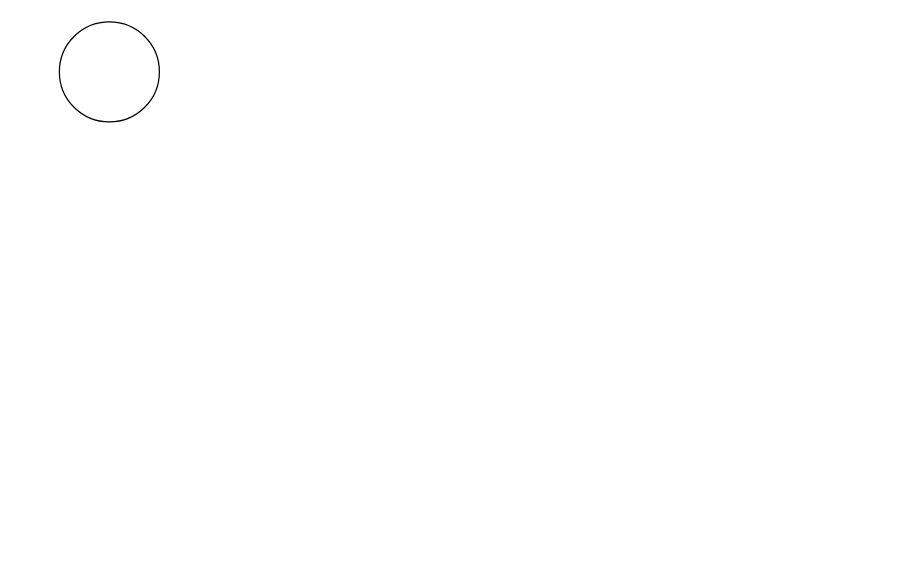
Earlier version of the draw.io diagram Untitled Diagram.drawio (jij000/draw-io). Source tidied: cells renumbered, new cells numbered last; positions are measured from the earlier drawing's top-left corner, leaving out a move shared by most shapes. Both pictures are drawn from the tidied source at 125%, with x=0, y=0 at pixel (59, 21).
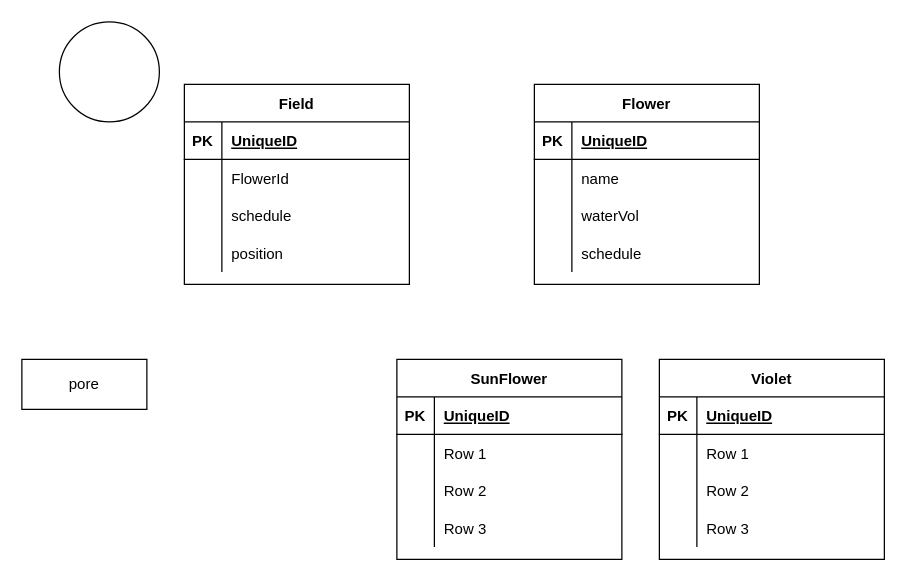
The same page after the edit.

Change to the diagram source:
```diff
@@
+    <mxCell id="3" value="Field" style="shape=table;startSize=30;childLayout=tableLayout;rowLines=0;fontStyle=1;align=center;" parent="1" vertex="1">
+      <mxGeometry x="100" y="50" width="180" height="160" as="geometry" />
+    </mxCell>
+    <mxCell id="4" style="shape=tableRow;horizontal=0;startSize=0;swimlaneHead=0;swimlaneBody=0;fillColor=none;top=0;left=0;right=0;bottom=1;" parent="3" vertex="1">
+      <mxGeometry y="30" width="180" height="30" as="geometry" />
+    </mxCell>
+    <mxCell id="5" value="PK" style="shape=partialRectangle;fillColor=none;top=0;left=0;bottom=0;right=0;fontStyle=1;overflow=hidden;" parent="4" vertex="1">
+      <mxGeometry width="30" height="30" as="geometry" />
+    </mxCell>
+    <mxCell id="6" value="UniqueID" style="shape=partialRectangle;fillColor=none;top=0;left=0;bottom=0;right=0;align=left;spacingLeft=6;fontStyle=5;overflow=hidden;" parent="4" vertex="1">
+      <mxGeometry x="30" width="150" height="30" as="geometry" />
+    </mxCell>
+    <mxCell id="7" style="shape=tableRow;horizontal=0;startSize=0;swimlaneHead=0;swimlaneBody=0;fillColor=none;top=0;left=0;right=0;bottom=0;" parent="3" vertex="1">
+      <mxGeometry y="60" width="180" height="30" as="geometry" />
+    </mxCell>
+    <mxCell id="8" style="shape=partialRectangle;fillColor=none;top=0;left=0;bottom=0;right=0;overflow=hidden;" parent="7" vertex="1">
+      <mxGeometry width="30" height="30" as="geometry" />
+    </mxCell>
+    <mxCell id="9" value="FlowerId" style="shape=partialRectangle;fillColor=none;top=0;left=0;bottom=0;right=0;align=left;spacingLeft=6;overflow=hidden;" parent="7" vertex="1">
+      <mxGeometry x="30" width="150" height="30" as="geometry" />
+    </mxCell>
+    <mxCell id="10" style="shape=tableRow;horizontal=0;startSize=0;swimlaneHead=0;swimlaneBody=0;fillColor=none;top=0;left=0;right=0;bottom=0;" parent="3" vertex="1">
+      <mxGeometry y="90" width="180" height="30" as="geometry" />
+    </mxCell>
+    <mxCell id="11" style="shape=partialRectangle;fillColor=none;top=0;left=0;bottom=0;right=0;overflow=hidden;" parent="10" vertex="1">
+      <mxGeometry width="30" height="30" as="geometry" />
+    </mxCell>
+    <mxCell id="12" value="schedule" style="shape=partialRectangle;fillColor=none;top=0;left=0;bottom=0;right=0;align=left;spacingLeft=6;overflow=hidden;" parent="10" vertex="1">
+      <mxGeometry x="30" width="150" height="30" as="geometry" />
+    </mxCell>
+    <mxCell id="13" style="shape=tableRow;horizontal=0;startSize=0;swimlaneHead=0;swimlaneBody=0;fillColor=none;top=0;left=0;right=0;bottom=0;" parent="3" vertex="1">
+      <mxGeometry y="120" width="180" height="30" as="geometry" />
+    </mxCell>
+    <mxCell id="14" style="shape=partialRectangle;fillColor=none;top=0;left=0;bottom=0;right=0;overflow=hidden;" parent="13" vertex="1">
+      <mxGeometry width="30" height="30" as="geometry" />
+    </mxCell>
+    <mxCell id="15" value="position" style="shape=partialRectangle;fillColor=none;top=0;left=0;bottom=0;right=0;align=left;spacingLeft=6;overflow=hidden;" parent="13" vertex="1">
+      <mxGeometry x="30" width="150" height="30" as="geometry" />
+    </mxCell>
+    <mxCell id="16" value="Flower" style="shape=table;startSize=30;childLayout=tableLayout;rowLines=0;fontStyle=1;align=center;" parent="1" vertex="1">
+      <mxGeometry x="380" y="50" width="180" height="160" as="geometry" />
+    </mxCell>
+    <mxCell id="17" style="shape=tableRow;horizontal=0;startSize=0;swimlaneHead=0;swimlaneBody=0;fillColor=none;top=0;left=0;right=0;bottom=1;" parent="16" vertex="1">
+      <mxGeometry y="30" width="180" height="30" as="geometry" />
+    </mxCell>
+    <mxCell id="18" value="PK" style="shape=partialRectangle;fillColor=none;top=0;left=0;bottom=0;right=0;fontStyle=1;overflow=hidden;" parent="17" vertex="1">
+      <mxGeometry width="30" height="30" as="geometry" />
+    </mxCell>
+    <mxCell id="19" value="UniqueID" style="shape=partialRectangle;fillColor=none;top=0;left=0;bottom=0;right=0;align=left;spacingLeft=6;fontStyle=5;overflow=hidden;" parent="17" vertex="1">
+      <mxGeometry x="30" width="150" height="30" as="geometry" />
+    </mxCell>
+    <mxCell id="20" style="shape=tableRow;horizontal=0;startSize=0;swimlaneHead=0;swimlaneBody=0;fillColor=none;top=0;left=0;right=0;bottom=0;" parent="16" vertex="1">
+      <mxGeometry y="60" width="180" height="30" as="geometry" />
+    </mxCell>
+    <mxCell id="21" style="shape=partialRectangle;fillColor=none;top=0;left=0;bottom=0;right=0;overflow=hidden;" parent="20" vertex="1">
+      <mxGeometry width="30" height="30" as="geometry" />
+    </mxCell>
+    <mxCell id="22" value="name" style="shape=partialRectangle;fillColor=none;top=0;left=0;bottom=0;right=0;align=left;spacingLeft=6;overflow=hidden;" parent="20" vertex="1">
+      <mxGeometry x="30" width="150" height="30" as="geometry" />
+    </mxCell>
+    <mxCell id="23" style="shape=tableRow;horizontal=0;startSize=0;swimlaneHead=0;swimlaneBody=0;fillColor=none;top=0;left=0;right=0;bottom=0;" parent="16" vertex="1">
+      <mxGeometry y="90" width="180" height="30" as="geometry" />
+    </mxCell>
+    <mxCell id="24" style="shape=partialRectangle;fillColor=none;top=0;left=0;bottom=0;right=0;overflow=hidden;" parent="23" vertex="1">
+      <mxGeometry width="30" height="30" as="geometry" />
+    </mxCell>
+    <mxCell id="25" value="waterVol" style="shape=partialRectangle;fillColor=none;top=0;left=0;bottom=0;right=0;align=left;spacingLeft=6;overflow=hidden;" parent="23" vertex="1">
+      <mxGeometry x="30" width="150" height="30" as="geometry" />
+    </mxCell>
+    <mxCell id="26" style="shape=tableRow;horizontal=0;startSize=0;swimlaneHead=0;swimlaneBody=0;fillColor=none;top=0;left=0;right=0;bottom=0;" parent="16" vertex="1">
+      <mxGeometry y="120" width="180" height="30" as="geometry" />
+    </mxCell>
+    <mxCell id="27" style="shape=partialRectangle;fillColor=none;top=0;left=0;bottom=0;right=0;overflow=hidden;" parent="26" vertex="1">
+      <mxGeometry width="30" height="30" as="geometry" />
+    </mxCell>
+    <mxCell id="28" value="schedule" style="shape=partialRectangle;fillColor=none;top=0;left=0;bottom=0;right=0;align=left;spacingLeft=6;overflow=hidden;" parent="26" vertex="1">
+      <mxGeometry x="30" width="150" height="30" as="geometry" />
+    </mxCell>
+    <mxCell id="29" value="SunFlower" style="shape=table;startSize=30;childLayout=tableLayout;rowLines=0;fontStyle=1;align=center;" parent="1" vertex="1">
+      <mxGeometry x="270" y="270" width="180" height="160" as="geometry" />
+    </mxCell>
+    <mxCell id="30" style="shape=tableRow;horizontal=0;startSize=0;swimlaneHead=0;swimlaneBody=0;fillColor=none;top=0;left=0;right=0;bottom=1;" parent="29" vertex="1">
+      <mxGeometry y="30" width="180" height="30" as="geometry" />
+    </mxCell>
+    <mxCell id="31" value="PK" style="shape=partialRectangle;fillColor=none;top=0;left=0;bottom=0;right=0;fontStyle=1;overflow=hidden;" parent="30" vertex="1">
+      <mxGeometry width="30" height="30" as="geometry" />
+    </mxCell>
+    <mxCell id="32" value="UniqueID" style="shape=partialRectangle;fillColor=none;top=0;left=0;bottom=0;right=0;align=left;spacingLeft=6;fontStyle=5;overflow=hidden;" parent="30" vertex="1">
+      <mxGeometry x="30" width="150" height="30" as="geometry" />
+    </mxCell>
+    <mxCell id="33" style="shape=tableRow;horizontal=0;startSize=0;swimlaneHead=0;swimlaneBody=0;fillColor=none;top=0;left=0;right=0;bottom=0;" parent="29" vertex="1">
+      <mxGeometry y="60" width="180" height="30" as="geometry" />
+    </mxCell>
+    <mxCell id="34" style="shape=partialRectangle;fillColor=none;top=0;left=0;bottom=0;right=0;overflow=hidden;" parent="33" vertex="1">
+      <mxGeometry width="30" height="30" as="geometry" />
+    </mxCell>
+    <mxCell id="35" value="Row 1" style="shape=partialRectangle;fillColor=none;top=0;left=0;bottom=0;right=0;align=left;spacingLeft=6;overflow=hidden;" parent="33" vertex="1">
+      <mxGeometry x="30" width="150" height="30" as="geometry" />
+    </mxCell>
+    <mxCell id="36" style="shape=tableRow;horizontal=0;startSize=0;swimlaneHead=0;swimlaneBody=0;fillColor=none;top=0;left=0;right=0;bottom=0;" parent="29" vertex="1">
+      <mxGeometry y="90" width="180" height="30" as="geometry" />
+    </mxCell>
+    <mxCell id="37" style="shape=partialRectangle;fillColor=none;top=0;left=0;bottom=0;right=0;overflow=hidden;" parent="36" vertex="1">
+      <mxGeometry width="30" height="30" as="geometry" />
+    </mxCell>
+    <mxCell id="38" value="Row 2" style="shape=partialRectangle;fillColor=none;top=0;left=0;bottom=0;right=0;align=left;spacingLeft=6;overflow=hidden;" parent="36" vertex="1">
+      <mxGeometry x="30" width="150" height="30" as="geometry" />
+    </mxCell>
+    <mxCell id="39" style="shape=tableRow;horizontal=0;startSize=0;swimlaneHead=0;swimlaneBody=0;fillColor=none;top=0;left=0;right=0;bottom=0;" parent="29" vertex="1">
+      <mxGeometry y="120" width="180" height="30" as="geometry" />
+    </mxCell>
+    <mxCell id="40" style="shape=partialRectangle;fillColor=none;top=0;left=0;bottom=0;right=0;overflow=hidden;" parent="39" vertex="1">
+      <mxGeometry width="30" height="30" as="geometry" />
+    </mxCell>
+    <mxCell id="41" value="Row 3" style="shape=partialRectangle;fillColor=none;top=0;left=0;bottom=0;right=0;align=left;spacingLeft=6;overflow=hidden;" parent="39" vertex="1">
+      <mxGeometry x="30" width="150" height="30" as="geometry" />
+    </mxCell>
+    <mxCell id="42" value="Violet" style="shape=table;startSize=30;childLayout=tableLayout;rowLines=0;fontStyle=1;align=center;" parent="1" vertex="1">
+      <mxGeometry x="480" y="270" width="180" height="160" as="geometry" />
+    </mxCell>
+    <mxCell id="43" style="shape=tableRow;horizontal=0;startSize=0;swimlaneHead=0;swimlaneBody=0;fillColor=none;top=0;left=0;right=0;bottom=1;" parent="42" vertex="1">
+      <mxGeometry y="30" width="180" height="30" as="geometry" />
+    </mxCell>
+    <mxCell id="44" value="PK" style="shape=partialRectangle;fillColor=none;top=0;left=0;bottom=0;right=0;fontStyle=1;overflow=hidden;" parent="43" vertex="1">
+      <mxGeometry width="30" height="30" as="geometry" />
+    </mxCell>
+    <mxCell id="45" value="UniqueID" style="shape=partialRectangle;fillColor=none;top=0;left=0;bottom=0;right=0;align=left;spacingLeft=6;fontStyle=5;overflow=hidden;" parent="43" vertex="1">
+      <mxGeometry x="30" width="150" height="30" as="geometry" />
+    </mxCell>
+    <mxCell id="46" style="shape=tableRow;horizontal=0;startSize=0;swimlaneHead=0;swimlaneBody=0;fillColor=none;top=0;left=0;right=0;bottom=0;" parent="42" vertex="1">
+      <mxGeometry y="60" width="180" height="30" as="geometry" />
+    </mxCell>
+    <mxCell id="47" style="shape=partialRectangle;fillColor=none;top=0;left=0;bottom=0;right=0;overflow=hidden;" parent="46" vertex="1">
+      <mxGeometry width="30" height="30" as="geometry" />
+    </mxCell>
+    <mxCell id="48" value="Row 1" style="shape=partialRectangle;fillColor=none;top=0;left=0;bottom=0;right=0;align=left;spacingLeft=6;overflow=hidden;" parent="46" vertex="1">
+      <mxGeometry x="30" width="150" height="30" as="geometry" />
+    </mxCell>
+    <mxCell id="49" style="shape=tableRow;horizontal=0;startSize=0;swimlaneHead=0;swimlaneBody=0;fillColor=none;top=0;left=0;right=0;bottom=0;" parent="42" vertex="1">
+      <mxGeometry y="90" width="180" height="30" as="geometry" />
+    </mxCell>
+    <mxCell id="50" style="shape=partialRectangle;fillColor=none;top=0;left=0;bottom=0;right=0;overflow=hidden;" parent="49" vertex="1">
+      <mxGeometry width="30" height="30" as="geometry" />
+    </mxCell>
+    <mxCell id="51" value="Row 2" style="shape=partialRectangle;fillColor=none;top=0;left=0;bottom=0;right=0;align=left;spacingLeft=6;overflow=hidden;" parent="49" vertex="1">
+      <mxGeometry x="30" width="150" height="30" as="geometry" />
+    </mxCell>
+    <mxCell id="52" style="shape=tableRow;horizontal=0;startSize=0;swimlaneHead=0;swimlaneBody=0;fillColor=none;top=0;left=0;right=0;bottom=0;" parent="42" vertex="1">
+      <mxGeometry y="120" width="180" height="30" as="geometry" />
+    </mxCell>
+    <mxCell id="53" style="shape=partialRectangle;fillColor=none;top=0;left=0;bottom=0;right=0;overflow=hidden;" parent="52" vertex="1">
+      <mxGeometry width="30" height="30" as="geometry" />
+    </mxCell>
+    <mxCell id="54" value="Row 3" style="shape=partialRectangle;fillColor=none;top=0;left=0;bottom=0;right=0;align=left;spacingLeft=6;overflow=hidden;" parent="52" vertex="1">
+      <mxGeometry x="30" width="150" height="30" as="geometry" />
+    </mxCell>
+    <mxCell id="55" value="pore" style="whiteSpace=wrap;html=1;align=center;" parent="1" vertex="1">
+      <mxGeometry x="-30" y="270" width="100" height="40" as="geometry" />
+    </mxCell>
```
